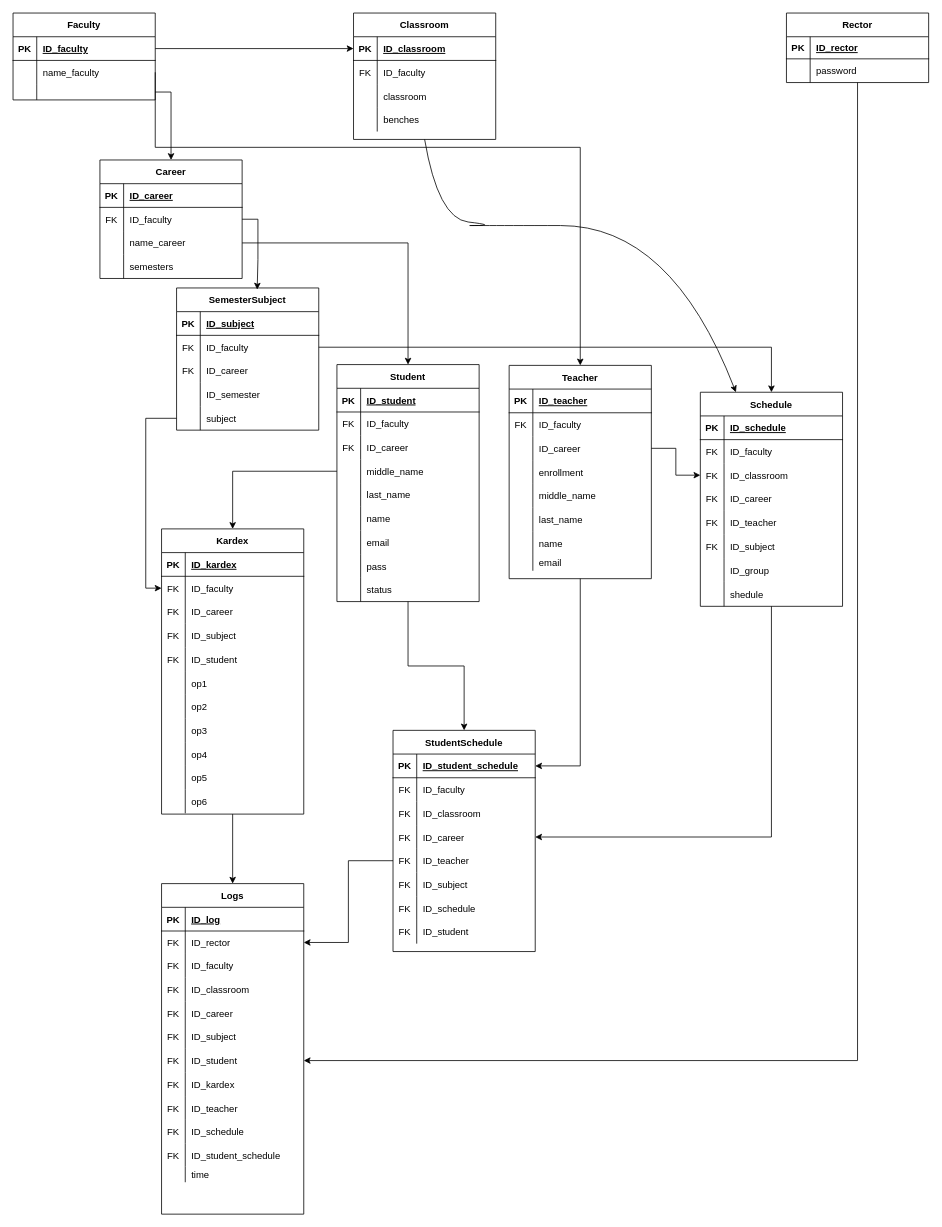
The draw.io diagram UANL.drawio in miguelrang/InscripcionHorarioSIASE-UANL-SIMULACION-2.0, before the edit. Source tidied: cells renumbered, new cells numbered last; positions are measured from the earlier drawing's top-left corner, leaving out a move shared by most shapes. Both pictures are drawn from the tidied source at 79%, with x=0, y=0 at pixel (13, 13).
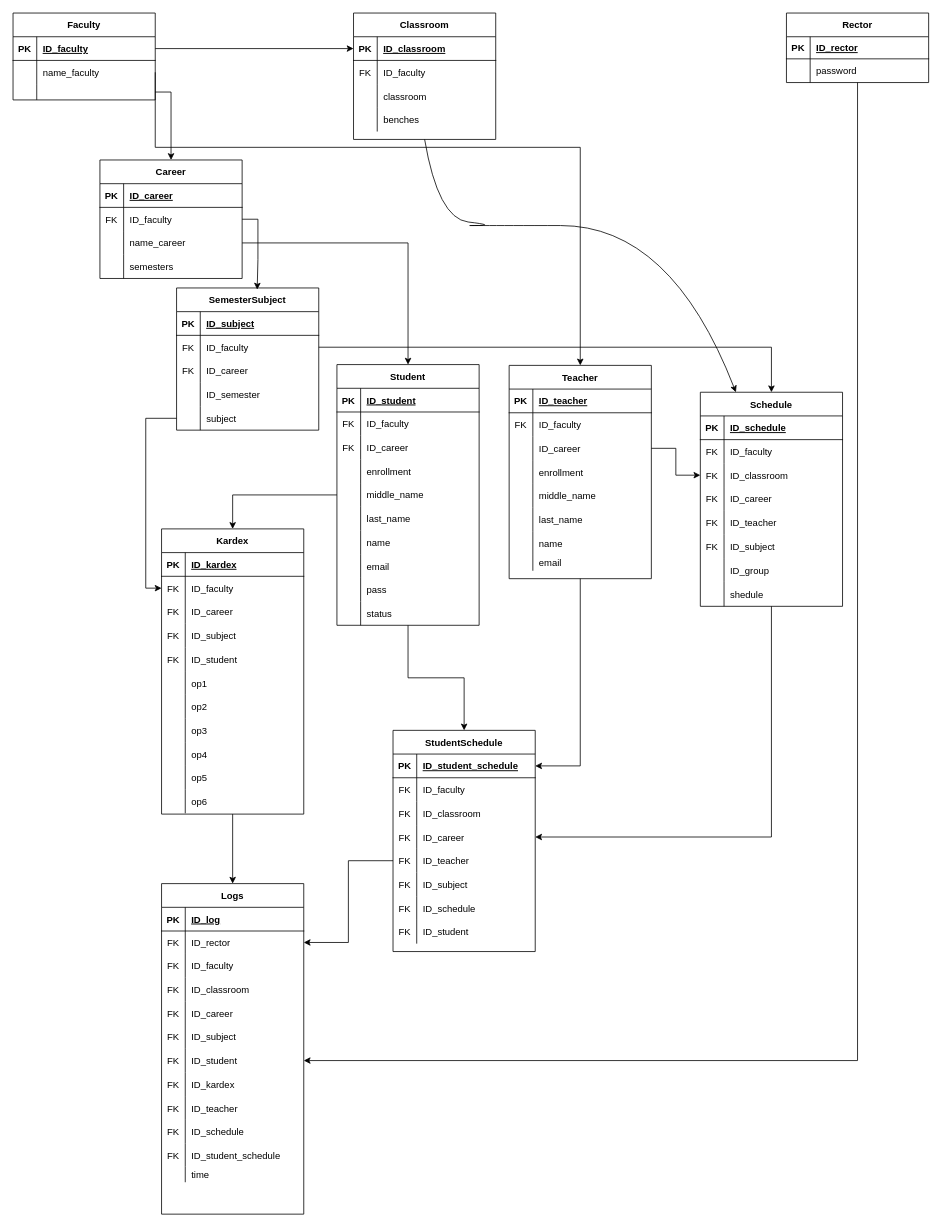
After the change.

Diff of the diagram source:
```diff
@@
     <mxCell id="50" value="Student" style="shape=table;startSize=30;childLayout=tableLayout;rowLines=0;fontStyle=1;align=center;" parent="1" vertex="1">
-      <mxGeometry x="410" y="445" width="180" height="300" as="geometry" />
+      <mxGeometry x="410" y="445" width="180" height="330" as="geometry" />
     </mxCell>
@@
+    <mxCell id="251" style="shape=tableRow;horizontal=0;startSize=0;swimlaneHead=0;swimlaneBody=0;fillColor=none;top=0;left=0;right=0;bottom=0;" parent="50" vertex="1">
+      <mxGeometry y="120" width="180" height="30" as="geometry" />
+    </mxCell>
+    <mxCell id="252" style="shape=partialRectangle;fillColor=none;top=0;left=0;bottom=0;right=0;overflow=hidden;" parent="251" vertex="1">
+      <mxGeometry width="30" height="30" as="geometry" />
+    </mxCell>
+    <mxCell id="253" value="enrollment" style="shape=partialRectangle;fillColor=none;top=0;left=0;bottom=0;right=0;align=left;spacingLeft=6;overflow=hidden;" parent="251" vertex="1">
+      <mxGeometry x="30" width="150" height="30" as="geometry" />
+    </mxCell>
     <mxCell id="60" style="shape=tableRow;horizontal=0;startSize=0;swimlaneHead=0;swimlaneBody=0;fillColor=none;points=[[0,0.5],[1,0.5]];portConstraint=eastwest;top=0;left=0;right=0;bottom=0;" parent="50" vertex="1">
-      <mxGeometry y="120" width="180" height="30" as="geometry" />
+      <mxGeometry y="150" width="180" height="30" as="geometry" />
     </mxCell>
@@
     <mxCell id="63" style="shape=tableRow;horizontal=0;startSize=0;swimlaneHead=0;swimlaneBody=0;fillColor=none;top=0;left=0;right=0;bottom=0;" parent="50" vertex="1">
-      <mxGeometry y="150" width="180" height="30" as="geometry" />
+      <mxGeometry y="180" width="180" height="30" as="geometry" />
     </mxCell>
@@
     <mxCell id="66" style="shape=tableRow;horizontal=0;startSize=0;swimlaneHead=0;swimlaneBody=0;fillColor=none;top=0;left=0;right=0;bottom=0;" parent="50" vertex="1">
-      <mxGeometry y="180" width="180" height="30" as="geometry" />
+      <mxGeometry y="210" width="180" height="30" as="geometry" />
     </mxCell>
@@
     <mxCell id="69" style="shape=tableRow;horizontal=0;startSize=0;swimlaneHead=0;swimlaneBody=0;fillColor=none;top=0;left=0;right=0;bottom=0;" parent="50" vertex="1">
-      <mxGeometry y="210" width="180" height="30" as="geometry" />
+      <mxGeometry y="240" width="180" height="30" as="geometry" />
     </mxCell>
@@
     <mxCell id="72" style="shape=tableRow;horizontal=0;startSize=0;swimlaneHead=0;swimlaneBody=0;fillColor=none;top=0;left=0;right=0;bottom=0;" parent="50" vertex="1">
-      <mxGeometry y="240" width="180" height="30" as="geometry" />
+      <mxGeometry y="270" width="180" height="30" as="geometry" />
     </mxCell>
@@
     <mxCell id="75" style="shape=tableRow;horizontal=0;startSize=0;swimlaneHead=0;swimlaneBody=0;fillColor=none;top=0;left=0;right=0;bottom=0;" parent="50" vertex="1">
-      <mxGeometry y="270" width="180" height="30" as="geometry" />
+      <mxGeometry y="300" width="180" height="30" as="geometry" />
     </mxCell>
```
